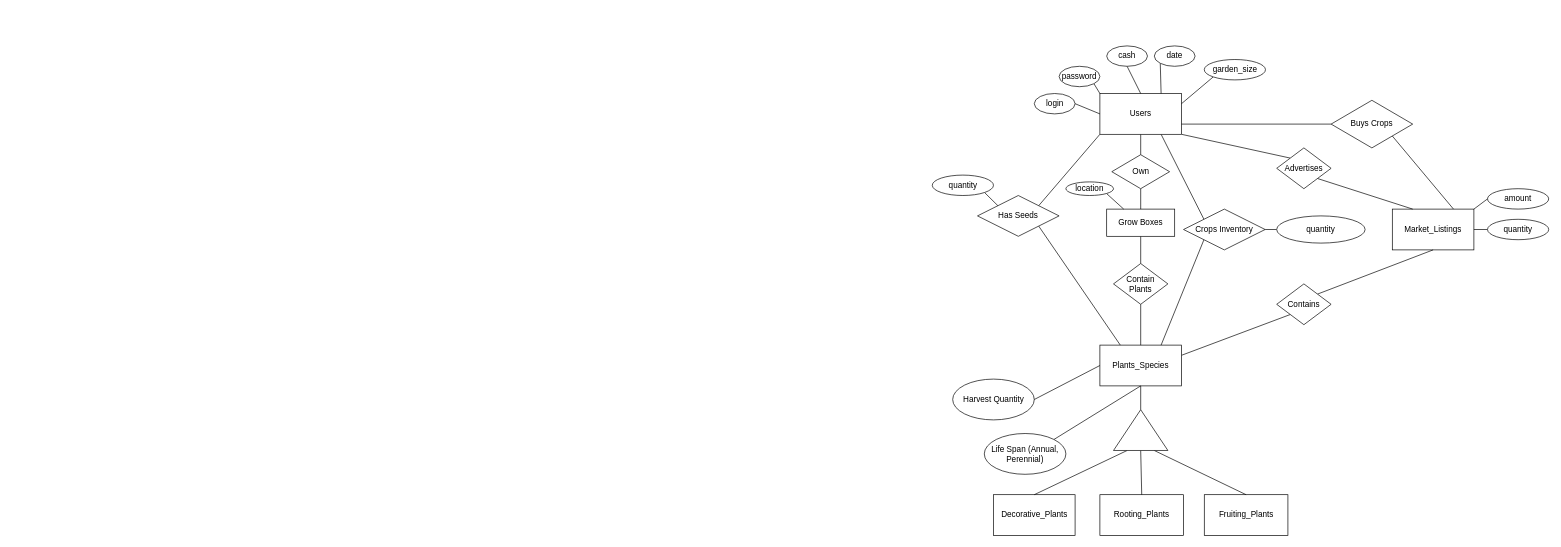
Earlier version of the draw.io diagram ER-Diagam.dio (evannoronha/GardenSimulator). Source tidied: cells renumbered, new cells numbered last; positions are measured from the earlier drawing's top-left corner, leaving out a move shared by most shapes. Both pictures are drawn from the tidied source at 68%, with x=0, y=0 at pixel (932, 46).
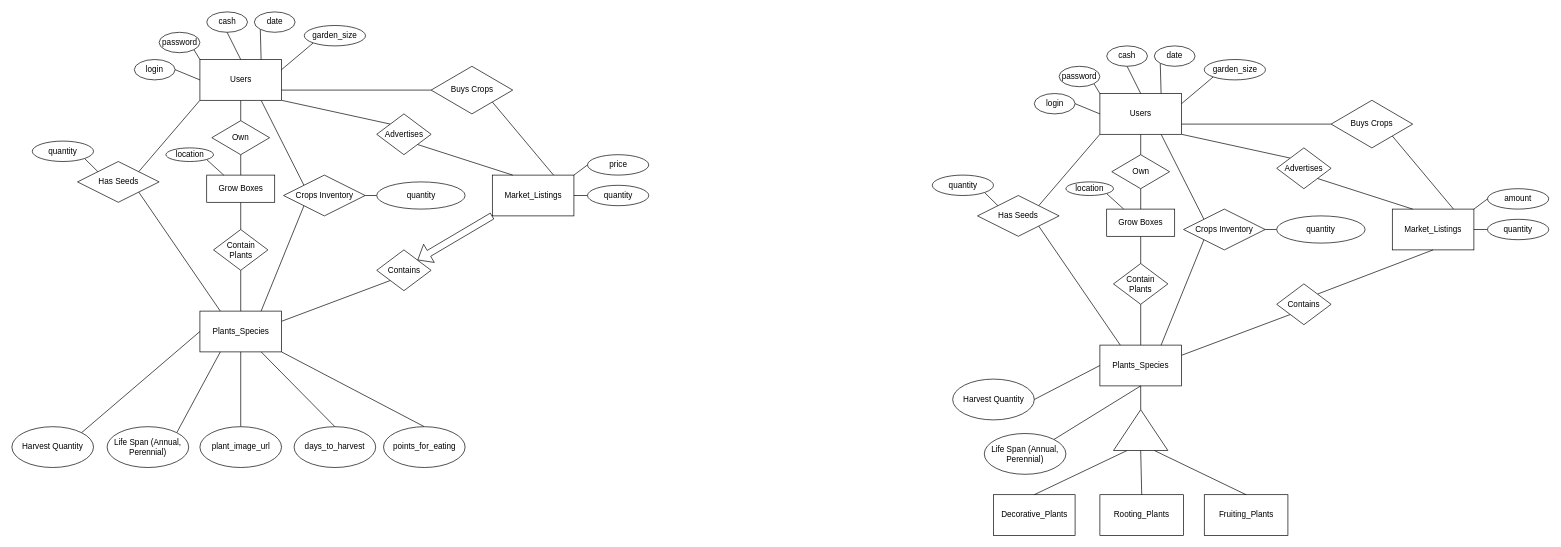
Above is the later version.

Commit message (it also covers changes not shown here):
working green checks

The edit, as a diff of the source:
```diff
@@
+    <mxCell id="59" style="edgeStyle=none;rounded=0;jettySize=auto;html=1;exitX=0;exitY=1;exitDx=0;exitDy=0;entryX=1;entryY=0;entryDx=0;entryDy=0;endArrow=none;endFill=0;" parent="1" edge="1" source="62" target="66">
+      <mxGeometry relative="1" as="geometry" />
+    </mxCell>
+    <mxCell id="60" style="edgeStyle=none;rounded=0;jettySize=auto;html=1;exitX=0.75;exitY=1;exitDx=0;exitDy=0;entryX=0;entryY=0;entryDx=0;entryDy=0;endArrow=none;endFill=0;" parent="1" edge="1" source="62" target="71">
+      <mxGeometry relative="1" as="geometry" />
+    </mxCell>
+    <mxCell id="61" style="edgeStyle=none;rounded=0;jettySize=auto;html=1;exitX=0.5;exitY=1;exitDx=0;exitDy=0;entryX=0.5;entryY=0;entryDx=0;entryDy=0;endArrow=none;endFill=0;" parent="1" edge="1" source="62" target="89">
+      <mxGeometry relative="1" as="geometry" />
+    </mxCell>
+    <mxCell id="62" value="Users" style="rounded=0;whiteSpace=wrap;html=1;" parent="1" vertex="1">
+      <mxGeometry x="-1077.5" y="20" width="120" height="60" as="geometry" />
+    </mxCell>
+    <mxCell id="63" style="edgeStyle=none;rounded=0;jettySize=auto;html=1;exitX=1;exitY=0.25;exitDx=0;exitDy=0;entryX=0;entryY=1;entryDx=0;entryDy=0;endArrow=none;endFill=0;" parent="1" edge="1" source="64" target="97">
+      <mxGeometry relative="1" as="geometry" />
+    </mxCell>
+    <mxCell id="64" value="Plants_Species" style="rounded=0;whiteSpace=wrap;html=1;" parent="1" vertex="1">
+      <mxGeometry x="-1077.5" y="390" width="120" height="60" as="geometry" />
+    </mxCell>
+    <mxCell id="65" style="edgeStyle=none;rounded=0;jettySize=auto;html=1;exitX=1;exitY=1;exitDx=0;exitDy=0;entryX=0.25;entryY=0;entryDx=0;entryDy=0;endArrow=none;endFill=0;" parent="1" edge="1" source="66" target="64">
+      <mxGeometry relative="1" as="geometry" />
+    </mxCell>
+    <mxCell id="66" value="Has Seeds" style="shape=rhombus;perimeter=rhombusPerimeter;whiteSpace=wrap;html=1;align=center;" parent="1" vertex="1">
+      <mxGeometry x="-1257.5" y="170" width="120" height="60" as="geometry" />
+    </mxCell>
+    <mxCell id="67" style="edgeStyle=none;rounded=0;jettySize=auto;html=1;exitX=0.5;exitY=1;exitDx=0;exitDy=0;entryX=0.5;entryY=0;entryDx=0;entryDy=0;endArrow=none;endFill=0;" parent="1" edge="1" source="68" target="64">
+      <mxGeometry relative="1" as="geometry" />
+    </mxCell>
+    <mxCell id="68" value="Contain Plants" style="shape=rhombus;perimeter=rhombusPerimeter;whiteSpace=wrap;html=1;align=center;" parent="1" vertex="1">
+      <mxGeometry x="-1057.5" y="270" width="80" height="60" as="geometry" />
+    </mxCell>
+    <mxCell id="69" style="edgeStyle=none;rounded=0;jettySize=auto;html=1;exitX=1;exitY=0.5;exitDx=0;exitDy=0;entryX=0;entryY=0.5;entryDx=0;entryDy=0;endArrow=none;endFill=0;" parent="1" edge="1" source="71" target="85">
+      <mxGeometry relative="1" as="geometry" />
+    </mxCell>
+    <mxCell id="70" style="edgeStyle=none;rounded=0;jettySize=auto;html=1;exitX=0;exitY=1;exitDx=0;exitDy=0;entryX=0.75;entryY=0;entryDx=0;entryDy=0;endArrow=none;endFill=0;" parent="1" edge="1" source="71" target="64">
+      <mxGeometry relative="1" as="geometry" />
+    </mxCell>
+    <mxCell id="71" value="Crops Inventory" style="shape=rhombus;perimeter=rhombusPerimeter;whiteSpace=wrap;html=1;align=center;" parent="1" vertex="1">
+      <mxGeometry x="-954.5" y="190" width="120" height="60" as="geometry" />
+    </mxCell>
+    <mxCell id="72" style="rounded=0;jettySize=auto;html=1;exitX=0;exitY=0;exitDx=0;exitDy=0;entryX=0.25;entryY=1;entryDx=0;entryDy=0;endArrow=none;endFill=0;" parent="1" edge="1" source="76" target="64">
+      <mxGeometry relative="1" as="geometry" />
+    </mxCell>
+    <mxCell id="73" value="Market_Listings" style="rounded=0;whiteSpace=wrap;html=1;" parent="1" vertex="1">
+      <mxGeometry x="-647.5" y="190" width="120" height="60" as="geometry" />
+    </mxCell>
+    <mxCell id="74" style="edgeStyle=none;rounded=0;jettySize=auto;html=1;exitX=1;exitY=0.5;exitDx=0;exitDy=0;entryX=0;entryY=0.5;entryDx=0;entryDy=0;endArrow=none;endFill=0;" parent="1" edge="1" source="75" target="62">
+      <mxGeometry relative="1" as="geometry" />
+    </mxCell>
+    <mxCell id="75" value="login" style="ellipse;whiteSpace=wrap;html=1;" parent="1" vertex="1">
+      <mxGeometry x="-1174" y="20" width="60" height="30" as="geometry" />
+    </mxCell>
+    <mxCell id="76" value="Life Span (Annual, Perennial)" style="ellipse;whiteSpace=wrap;html=1;direction=south;" parent="1" vertex="1">
+      <mxGeometry x="-1214" y="560" width="120" height="60" as="geometry" />
+    </mxCell>
+    <mxCell id="77" style="edgeStyle=none;rounded=0;jettySize=auto;html=1;exitX=1;exitY=1;exitDx=0;exitDy=0;entryX=0;entryY=0;entryDx=0;entryDy=0;endArrow=none;endFill=0;" parent="1" edge="1" source="78" target="62">
+      <mxGeometry relative="1" as="geometry" />
+    </mxCell>
+    <mxCell id="78" value="password" style="ellipse;whiteSpace=wrap;html=1;" parent="1" vertex="1">
+      <mxGeometry x="-1137.5" y="-20" width="60" height="30" as="geometry" />
+    </mxCell>
+    <mxCell id="79" style="edgeStyle=none;rounded=0;jettySize=auto;html=1;exitX=0.5;exitY=1;exitDx=0;exitDy=0;entryX=0.5;entryY=0;entryDx=0;entryDy=0;endArrow=none;endFill=0;" parent="1" edge="1" source="80" target="62">
+      <mxGeometry relative="1" as="geometry" />
+    </mxCell>
+    <mxCell id="80" value="cash" style="ellipse;whiteSpace=wrap;html=1;" parent="1" vertex="1">
+      <mxGeometry x="-1067.5" y="-50" width="60" height="30" as="geometry" />
+    </mxCell>
+    <mxCell id="81" style="edgeStyle=none;rounded=0;jettySize=auto;html=1;exitX=0;exitY=1;exitDx=0;exitDy=0;entryX=0.75;entryY=0;entryDx=0;entryDy=0;endArrow=none;endFill=0;" parent="1" edge="1" source="82" target="62">
+      <mxGeometry relative="1" as="geometry" />
+    </mxCell>
+    <mxCell id="82" value="date" style="ellipse;whiteSpace=wrap;html=1;" parent="1" vertex="1">
+      <mxGeometry x="-997.5" y="-50" width="60" height="30" as="geometry" />
+    </mxCell>
+    <mxCell id="83" style="edgeStyle=none;rounded=0;jettySize=auto;html=1;exitX=0;exitY=1;exitDx=0;exitDy=0;entryX=1;entryY=0.25;entryDx=0;entryDy=0;endArrow=none;endFill=0;" parent="1" edge="1" source="84" target="62">
+      <mxGeometry relative="1" as="geometry" />
+    </mxCell>
+    <mxCell id="84" value="garden_size" style="ellipse;whiteSpace=wrap;html=1;" parent="1" vertex="1">
+      <mxGeometry x="-924" y="-30" width="90" height="30" as="geometry" />
+    </mxCell>
+    <mxCell id="85" value="quantity" style="ellipse;whiteSpace=wrap;html=1;" parent="1" vertex="1">
+      <mxGeometry x="-817.5" y="200" width="130" height="40" as="geometry" />
+    </mxCell>
+    <mxCell id="86" style="edgeStyle=none;rounded=0;jettySize=auto;html=1;exitX=0.5;exitY=1;exitDx=0;exitDy=0;entryX=0.5;entryY=0;entryDx=0;entryDy=0;endArrow=none;endFill=0;" parent="1" edge="1" source="87" target="68">
+      <mxGeometry relative="1" as="geometry" />
+    </mxCell>
+    <mxCell id="87" value="Grow Boxes" style="rounded=0;whiteSpace=wrap;html=1;" parent="1" vertex="1">
+      <mxGeometry x="-1067.5" y="190" width="100" height="40" as="geometry" />
+    </mxCell>
+    <mxCell id="88" style="edgeStyle=none;rounded=0;jettySize=auto;html=1;exitX=0.5;exitY=1;exitDx=0;exitDy=0;entryX=0.5;entryY=0;entryDx=0;entryDy=0;endArrow=none;endFill=0;" parent="1" edge="1" source="89" target="87">
+      <mxGeometry relative="1" as="geometry" />
+    </mxCell>
+    <mxCell id="89" value="Own" style="shape=rhombus;perimeter=rhombusPerimeter;whiteSpace=wrap;html=1;align=center;" parent="1" vertex="1">
+      <mxGeometry x="-1060" y="110" width="85" height="50" as="geometry" />
+    </mxCell>
+    <mxCell id="90" style="edgeStyle=none;rounded=0;jettySize=auto;html=1;exitX=1;exitY=1;exitDx=0;exitDy=0;entryX=0;entryY=0;entryDx=0;entryDy=0;endArrow=none;endFill=0;" parent="1" edge="1" source="91" target="66">
+      <mxGeometry relative="1" as="geometry" />
+    </mxCell>
+    <mxCell id="91" value="quantity" style="ellipse;whiteSpace=wrap;html=1;" parent="1" vertex="1">
+      <mxGeometry x="-1324" y="140" width="90" height="30" as="geometry" />
+    </mxCell>
+    <mxCell id="92" style="edgeStyle=none;rounded=0;jettySize=auto;html=1;exitX=1;exitY=1;exitDx=0;exitDy=0;entryX=0.25;entryY=0;entryDx=0;entryDy=0;endArrow=none;endFill=0;" parent="1" edge="1" source="93" target="87">
+      <mxGeometry relative="1" as="geometry" />
+    </mxCell>
+    <mxCell id="93" value="location" style="ellipse;whiteSpace=wrap;html=1;" parent="1" vertex="1">
+      <mxGeometry x="-1127.5" y="150" width="70" height="20" as="geometry" />
+    </mxCell>
+    <mxCell id="94" style="edgeStyle=none;rounded=0;jettySize=auto;html=1;exitX=0;exitY=0.5;exitDx=0;exitDy=0;entryX=1;entryY=0.75;entryDx=0;entryDy=0;endArrow=none;endFill=0;" parent="1" edge="1" source="96" target="62">
+      <mxGeometry relative="1" as="geometry" />
+    </mxCell>
+    <mxCell id="95" style="edgeStyle=none;rounded=0;jettySize=auto;html=1;exitX=1;exitY=1;exitDx=0;exitDy=0;entryX=0.75;entryY=0;entryDx=0;entryDy=0;endArrow=none;endFill=0;" parent="1" edge="1" source="96" target="73">
+      <mxGeometry relative="1" as="geometry" />
+    </mxCell>
+    <mxCell id="96" value="Buys Crops" style="shape=rhombus;perimeter=rhombusPerimeter;whiteSpace=wrap;html=1;align=center;" parent="1" vertex="1">
+      <mxGeometry x="-737.5" y="30" width="120" height="70" as="geometry" />
+    </mxCell>
+    <mxCell id="97" value="Contains" style="shape=rhombus;perimeter=rhombusPerimeter;whiteSpace=wrap;html=1;align=center;" parent="1" vertex="1">
+      <mxGeometry x="-817.5" y="300" width="80" height="60" as="geometry" />
+    </mxCell>
+    <mxCell id="98" style="edgeStyle=none;rounded=0;jettySize=auto;html=1;exitX=1;exitY=1;exitDx=0;exitDy=0;entryX=0.25;entryY=0;entryDx=0;entryDy=0;endArrow=none;endFill=0;" parent="1" edge="1" source="100" target="73">
+      <mxGeometry relative="1" as="geometry" />
+    </mxCell>
+    <mxCell id="99" style="edgeStyle=none;rounded=0;jettySize=auto;html=1;exitX=0;exitY=0;exitDx=0;exitDy=0;entryX=1;entryY=1;entryDx=0;entryDy=0;endArrow=none;endFill=0;" parent="1" edge="1" source="100" target="62">
+      <mxGeometry relative="1" as="geometry" />
+    </mxCell>
+    <mxCell id="100" value="Advertises" style="shape=rhombus;perimeter=rhombusPerimeter;whiteSpace=wrap;html=1;align=center;" parent="1" vertex="1">
+      <mxGeometry x="-817.5" y="100" width="80" height="60" as="geometry" />
+    </mxCell>
+    <mxCell id="101" style="edgeStyle=none;rounded=0;jettySize=auto;html=1;exitX=0;exitY=0.5;exitDx=0;exitDy=0;entryX=1;entryY=0;entryDx=0;entryDy=0;endArrow=none;endFill=0;" parent="1" edge="1" source="102" target="73">
+      <mxGeometry relative="1" as="geometry" />
+    </mxCell>
+    <mxCell id="102" value="price" style="ellipse;whiteSpace=wrap;html=1;" parent="1" vertex="1">
+      <mxGeometry x="-507.5" y="160" width="90" height="30" as="geometry" />
+    </mxCell>
+    <mxCell id="103" style="edgeStyle=none;rounded=0;jettySize=auto;html=1;exitX=0;exitY=0.5;exitDx=0;exitDy=0;entryX=1;entryY=0.5;entryDx=0;entryDy=0;endArrow=none;endFill=0;" parent="1" edge="1" source="104" target="73">
+      <mxGeometry relative="1" as="geometry" />
+    </mxCell>
+    <mxCell id="104" value="quantity" style="ellipse;whiteSpace=wrap;html=1;" parent="1" vertex="1">
+      <mxGeometry x="-507.5" y="205" width="90" height="30" as="geometry" />
+    </mxCell>
+    <mxCell id="105" value="Harvest Quantity" style="ellipse;whiteSpace=wrap;html=1;direction=south;" parent="1" vertex="1">
+      <mxGeometry x="-1354" y="560" width="120" height="60" as="geometry" />
+    </mxCell>
+    <mxCell id="106" style="endArrow=none;html=1;exitX=0;exitY=0;exitDx=0;exitDy=0;entryX=0;entryY=0.5;entryDx=0;entryDy=0;" parent="1" edge="1" source="105" target="64">
+      <mxGeometry relative="1" as="geometry" />
+    </mxCell>
+    <mxCell id="107" style="rounded=0;jettySize=auto;html=1;exitX=0;exitY=0.5;exitDx=0;exitDy=0;entryX=0.5;entryY=1;entryDx=0;entryDy=0;endArrow=none;endFill=0;" parent="1" edge="1" source="108" target="64">
+      <mxGeometry relative="1" as="geometry" />
+    </mxCell>
+    <mxCell id="108" value="plant_image_url" style="ellipse;whiteSpace=wrap;html=1;direction=south;" parent="1" vertex="1">
+      <mxGeometry x="-1077.5" y="560" width="120" height="60" as="geometry" />
+    </mxCell>
+    <mxCell id="109" style="rounded=0;jettySize=auto;html=1;exitX=0;exitY=0.5;exitDx=0;exitDy=0;entryX=0.75;entryY=1;entryDx=0;entryDy=0;endArrow=none;endFill=0;" parent="1" edge="1" source="110" target="64">
+      <mxGeometry relative="1" as="geometry" />
+    </mxCell>
+    <mxCell id="110" value="days_to_harvest" style="ellipse;whiteSpace=wrap;html=1;direction=south;" parent="1" vertex="1">
+      <mxGeometry x="-939" y="560" width="120" height="60" as="geometry" />
+    </mxCell>
+    <mxCell id="111" style="rounded=0;jettySize=auto;html=1;exitX=0;exitY=0.5;exitDx=0;exitDy=0;entryX=1;entryY=1;entryDx=0;entryDy=0;endArrow=none;endFill=0;" parent="1" edge="1" source="112" target="64">
+      <mxGeometry relative="1" as="geometry" />
+    </mxCell>
+    <mxCell id="112" value="points_for_eating" style="ellipse;whiteSpace=wrap;html=1;direction=south;" parent="1" vertex="1">
+      <mxGeometry x="-807.5" y="560" width="120" height="60" as="geometry" />
+    </mxCell>
+    <mxCell id="113" style="shape=flexArrow;endArrow=classic;html=1;entryX=1;entryY=0;entryDx=0;entryDy=0;exitX=0;exitY=1;exitDx=0;exitDy=0;" parent="1" edge="1" source="73" target="97">
+      <mxGeometry relative="1" as="geometry" />
+    </mxCell>
```
